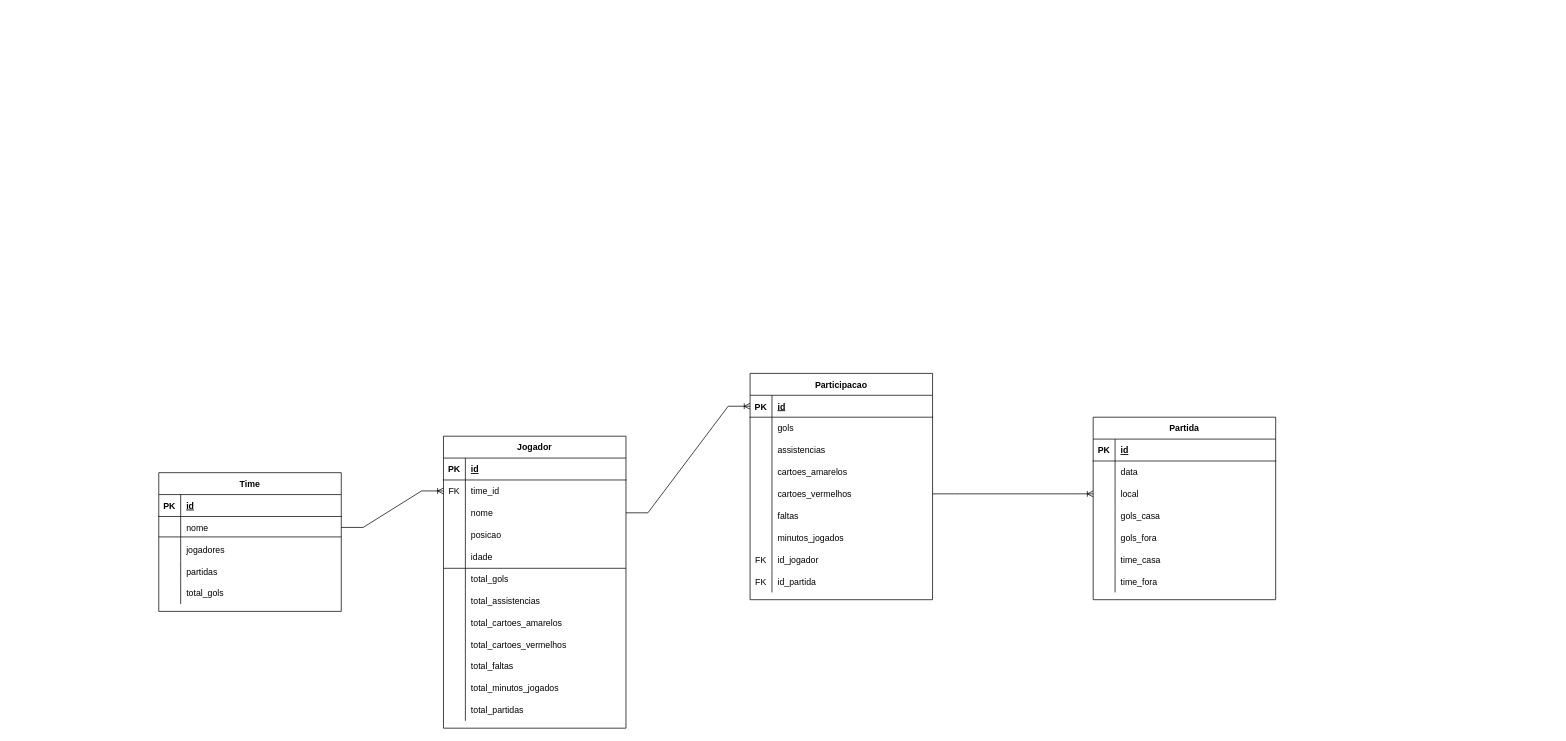
Earlier version of the draw.io diagram Diagram_er.drawio (KauanHK/diagramas). Source tidied: cells renumbered, new cells numbered last; positions are measured from the earlier drawing's top-left corner, leaving out a move shared by most shapes. Both pictures are drawn from the tidied source at 73%, with x=0, y=0 at pixel (158, 373).
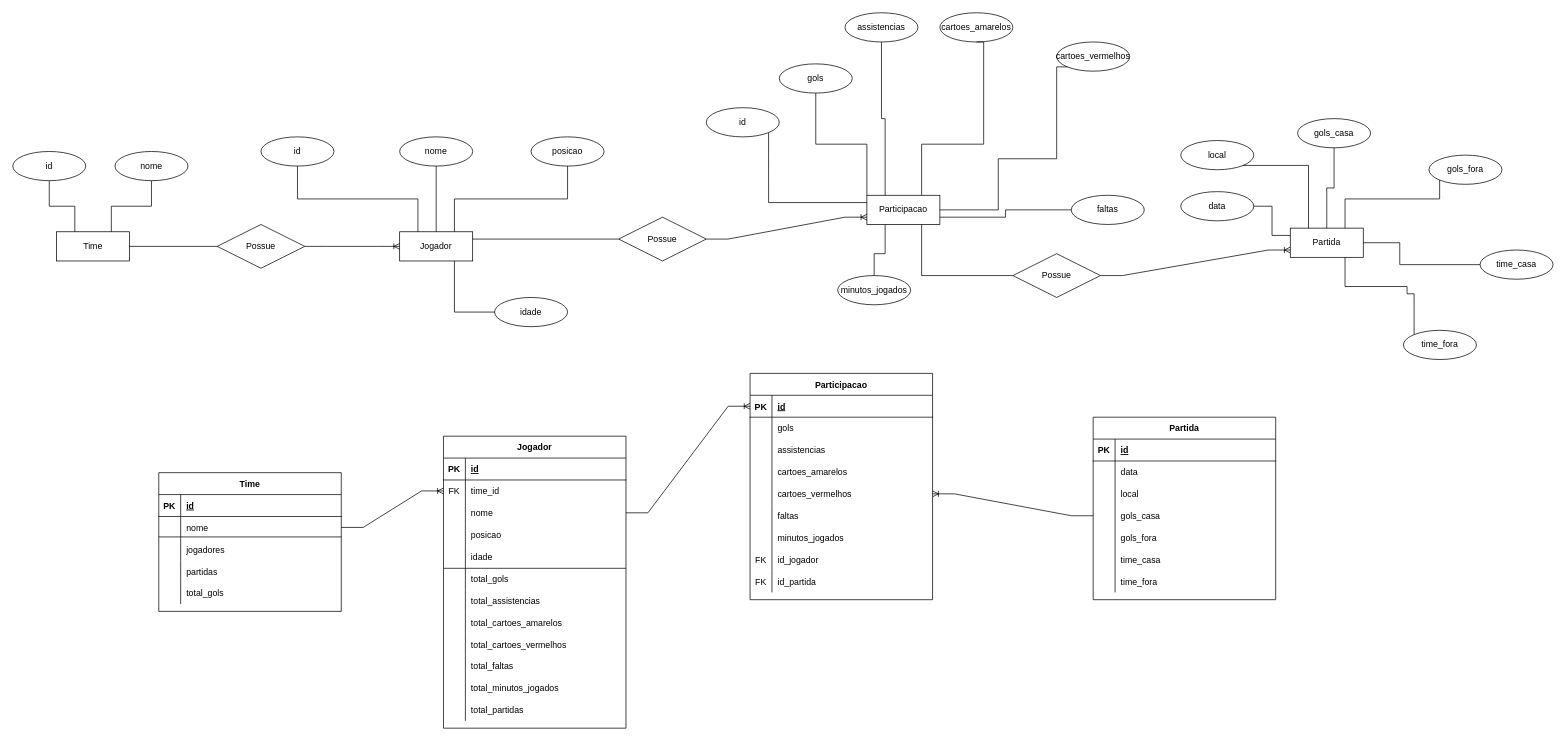
Above is the later version.

The change refers to these unchanged cells:
```xml
<mxCell id="46" style="shape=partialRectangle;fillColor=none;points=[[0,0.5],[1,0.5]];portConstraint=eastwest;top=0;left=0;right=0;bottom=0;" parent="39" vertex="1">
  <mxGeometry y="90" width="250" height="30" as="geometry" />
</mxCell>
<mxCell id="49" style="shape=partialRectangle;fillColor=none;points=[[0,0.5],[1,0.5]];portConstraint=eastwest;top=0;left=0;right=0;bottom=0;" parent="39" vertex="1">
  <mxGeometry y="120" width="250" height="30" as="geometry" />
</mxCell>
<mxCell id="74" style="shape=partialRectangle;fillColor=none;points=[[0,0.5],[1,0.5]];portConstraint=eastwest;top=0;left=0;right=0;bottom=0;" parent="61" vertex="1">
  <mxGeometry y="150" width="250" height="30" as="geometry" />
</mxCell>
```

Diff of the diagram source:
```diff
@@
-    <mxCell id="107" style="edgeStyle=entityRelationEdgeStyle;fontSize=12;html=1;endArrow=ERoneToMany;rounded=0;exitX=1;exitY=0.5;exitDx=0;exitDy=0;entryX=0;entryY=0.5;entryDx=0;entryDy=0;" parent="1" edge="1" source="74" target="46">
+    <mxCell id="107" style="edgeStyle=entityRelationEdgeStyle;fontSize=12;html=1;endArrow=ERoneToMany;rounded=0;exitX=0;exitY=0.5;exitDx=0;exitDy=0;entryX=1;entryY=0.5;entryDx=0;entryDy=0;" parent="1" edge="1" source="49" target="74">
       <mxGeometry relative="1" as="geometry">
         <Array as="points">
-          <mxPoint x="340" y="571" />
-          <mxPoint x="400" y="601" />
-          <mxPoint x="330" y="521" />
-          <mxPoint x="310" y="481" />
-          <mxPoint x="330" y="501" />
-          <mxPoint x="340" y="511" />
-          <mxPoint x="310" y="431" />
-          <mxPoint x="330" y="461" />
+          <mxPoint x="370" y="662" />
+          <mxPoint x="430" y="692" />
+          <mxPoint x="360" y="612" />
+          <mxPoint x="340" y="572" />
+          <mxPoint x="360" y="592" />
+          <mxPoint x="370" y="602" />
+          <mxPoint x="340" y="522" />
+          <mxPoint x="360" y="552" />
         </Array>
       </mxGeometry>
     </mxCell>
@@
+    <mxCell id="110" value="Time" style="whiteSpace=wrap;html=1;align=center;" parent="1" vertex="1">
+      <mxGeometry x="-140" y="-194" width="100" height="40" as="geometry" />
+    </mxCell>
+    <mxCell id="111" value="id" style="ellipse;whiteSpace=wrap;html=1;align=center;" parent="1" vertex="1">
+      <mxGeometry x="-200" y="-304" width="100" height="40" as="geometry" />
+    </mxCell>
+    <mxCell id="112" value="nome" style="ellipse;whiteSpace=wrap;html=1;align=center;" parent="1" vertex="1">
+      <mxGeometry x="-60" y="-304" width="100" height="40" as="geometry" />
+    </mxCell>
+    <mxCell id="113" value="Jogador" style="whiteSpace=wrap;html=1;align=center;" parent="1" vertex="1">
+      <mxGeometry x="330" y="-194" width="100" height="40" as="geometry" />
+    </mxCell>
+    <mxCell id="114" value="nome" style="ellipse;whiteSpace=wrap;html=1;align=center;" parent="1" vertex="1">
+      <mxGeometry x="330" y="-324" width="100" height="40" as="geometry" />
+    </mxCell>
+    <mxCell id="115" value="id" style="ellipse;whiteSpace=wrap;html=1;align=center;" parent="1" vertex="1">
+      <mxGeometry x="140" y="-324" width="100" height="40" as="geometry" />
+    </mxCell>
+    <mxCell id="116" value="posicao" style="ellipse;whiteSpace=wrap;html=1;align=center;" parent="1" vertex="1">
+      <mxGeometry x="510" y="-324" width="100" height="40" as="geometry" />
+    </mxCell>
+    <mxCell id="117" value="idade" style="ellipse;whiteSpace=wrap;html=1;align=center;" parent="1" vertex="1">
+      <mxGeometry x="460" y="-104" width="100" height="40" as="geometry" />
+    </mxCell>
+    <mxCell id="118" value="Participacao" style="whiteSpace=wrap;html=1;align=center;" parent="1" vertex="1">
+      <mxGeometry x="970" y="-244" width="100" height="40" as="geometry" />
+    </mxCell>
+    <mxCell id="119" value="id" style="ellipse;whiteSpace=wrap;html=1;align=center;" parent="1" vertex="1">
+      <mxGeometry x="750" y="-364" width="100" height="40" as="geometry" />
+    </mxCell>
+    <mxCell id="120" value="gols" style="ellipse;whiteSpace=wrap;html=1;align=center;" parent="1" vertex="1">
+      <mxGeometry x="850" y="-424" width="100" height="40" as="geometry" />
+    </mxCell>
+    <mxCell id="121" value="assistencias" style="ellipse;whiteSpace=wrap;html=1;align=center;" parent="1" vertex="1">
+      <mxGeometry x="940" y="-494" width="100" height="40" as="geometry" />
+    </mxCell>
+    <mxCell id="122" value="cartoes_amarelos" style="ellipse;whiteSpace=wrap;html=1;align=center;" parent="1" vertex="1">
+      <mxGeometry x="1070" y="-494" width="100" height="40" as="geometry" />
+    </mxCell>
+    <mxCell id="123" value="cartoes_vermelhos" style="ellipse;whiteSpace=wrap;html=1;align=center;" parent="1" vertex="1">
+      <mxGeometry x="1230" y="-454" width="100" height="40" as="geometry" />
+    </mxCell>
+    <mxCell id="124" value="faltas" style="ellipse;whiteSpace=wrap;html=1;align=center;" parent="1" vertex="1">
+      <mxGeometry x="1250" y="-244" width="100" height="40" as="geometry" />
+    </mxCell>
+    <mxCell id="125" value="minutos_jogados" style="ellipse;whiteSpace=wrap;html=1;align=center;" parent="1" vertex="1">
+      <mxGeometry x="930" y="-134" width="100" height="40" as="geometry" />
+    </mxCell>
+    <mxCell id="126" style="endArrow=none;html=1;rounded=0;entryX=1;entryY=1;entryDx=0;entryDy=0;exitX=0;exitY=0.25;exitDx=0;exitDy=0;edgeStyle=orthogonalEdgeStyle;" parent="1" edge="1" source="118" target="119">
+      <mxGeometry relative="1" as="geometry" />
+    </mxCell>
+    <mxCell id="127" style="endArrow=none;html=1;rounded=0;entryX=0.5;entryY=1;entryDx=0;entryDy=0;exitX=0;exitY=0;exitDx=0;exitDy=0;edgeStyle=orthogonalEdgeStyle;" parent="1" edge="1" source="118" target="120">
+      <mxGeometry relative="1" as="geometry" />
+    </mxCell>
+    <mxCell id="128" style="endArrow=none;html=1;rounded=0;entryX=0.5;entryY=1;entryDx=0;entryDy=0;exitX=0.25;exitY=0;exitDx=0;exitDy=0;edgeStyle=orthogonalEdgeStyle;" parent="1" edge="1" source="118" target="121">
+      <mxGeometry relative="1" as="geometry" />
+    </mxCell>
+    <mxCell id="129" style="endArrow=none;html=1;rounded=0;entryX=0.5;entryY=1;entryDx=0;entryDy=0;exitX=0.75;exitY=0;exitDx=0;exitDy=0;edgeStyle=orthogonalEdgeStyle;" parent="1" edge="1" source="118" target="122">
+      <mxGeometry relative="1" as="geometry">
+        <Array as="points">
+          <mxPoint x="1045" y="-314" />
+          <mxPoint x="1130" y="-314" />
+        </Array>
+      </mxGeometry>
+    </mxCell>
+    <mxCell id="130" style="endArrow=none;html=1;rounded=0;entryX=0;entryY=1;entryDx=0;entryDy=0;exitX=1;exitY=0.5;exitDx=0;exitDy=0;edgeStyle=orthogonalEdgeStyle;" parent="1" edge="1" source="118" target="123">
+      <mxGeometry relative="1" as="geometry">
+        <Array as="points">
+          <mxPoint x="1150" y="-224" />
+          <mxPoint x="1150" y="-294" />
+          <mxPoint x="1230" y="-294" />
+          <mxPoint x="1230" y="-420" />
+        </Array>
+      </mxGeometry>
+    </mxCell>
+    <mxCell id="131" style="endArrow=none;html=1;rounded=0;entryX=0;entryY=0.5;entryDx=0;entryDy=0;exitX=1;exitY=0.75;exitDx=0;exitDy=0;edgeStyle=orthogonalEdgeStyle;" parent="1" edge="1" source="118" target="124">
+      <mxGeometry relative="1" as="geometry">
+        <Array as="points">
+          <mxPoint x="1160" y="-214" />
+          <mxPoint x="1160" y="-224" />
+        </Array>
+      </mxGeometry>
+    </mxCell>
+    <mxCell id="132" style="endArrow=none;html=1;rounded=0;entryX=0.5;entryY=0;entryDx=0;entryDy=0;exitX=0.25;exitY=1;exitDx=0;exitDy=0;edgeStyle=orthogonalEdgeStyle;" parent="1" edge="1" source="118" target="125">
+      <mxGeometry relative="1" as="geometry">
+        <Array as="points">
+          <mxPoint x="995" y="-164" />
+          <mxPoint x="980" y="-164" />
+        </Array>
+      </mxGeometry>
+    </mxCell>
+    <mxCell id="133" style="endArrow=none;html=1;rounded=0;entryX=0.5;entryY=1;entryDx=0;entryDy=0;exitX=0.25;exitY=0;exitDx=0;exitDy=0;edgeStyle=orthogonalEdgeStyle;" parent="1" edge="1" source="113" target="115">
+      <mxGeometry relative="1" as="geometry" />
+    </mxCell>
+    <mxCell id="134" style="endArrow=none;html=1;rounded=0;entryX=0.5;entryY=1;entryDx=0;entryDy=0;exitX=0.5;exitY=0;exitDx=0;exitDy=0;edgeStyle=orthogonalEdgeStyle;" parent="1" edge="1" source="113" target="114">
+      <mxGeometry relative="1" as="geometry" />
+    </mxCell>
+    <mxCell id="135" style="endArrow=none;html=1;rounded=0;entryX=0.5;entryY=1;entryDx=0;entryDy=0;exitX=0.75;exitY=0;exitDx=0;exitDy=0;edgeStyle=orthogonalEdgeStyle;" parent="1" edge="1" source="113" target="116">
+      <mxGeometry relative="1" as="geometry" />
+    </mxCell>
+    <mxCell id="136" style="endArrow=none;html=1;rounded=0;entryX=0;entryY=0.5;entryDx=0;entryDy=0;exitX=0.75;exitY=1;exitDx=0;exitDy=0;edgeStyle=orthogonalEdgeStyle;" parent="1" edge="1" source="113" target="117">
+      <mxGeometry relative="1" as="geometry" />
+    </mxCell>
+    <mxCell id="137" style="endArrow=none;html=1;rounded=0;exitX=0.5;exitY=1;exitDx=0;exitDy=0;entryX=0.25;entryY=0;entryDx=0;entryDy=0;edgeStyle=orthogonalEdgeStyle;" parent="1" edge="1" source="111" target="110">
+      <mxGeometry relative="1" as="geometry" />
+    </mxCell>
+    <mxCell id="138" style="endArrow=none;html=1;rounded=0;exitX=0.5;exitY=1;exitDx=0;exitDy=0;entryX=0.75;entryY=0;entryDx=0;entryDy=0;edgeStyle=orthogonalEdgeStyle;" parent="1" edge="1" source="112" target="110">
+      <mxGeometry relative="1" as="geometry" />
+    </mxCell>
+    <mxCell id="139" value="Partida" style="whiteSpace=wrap;html=1;align=center;" parent="1" vertex="1">
+      <mxGeometry x="1550" y="-199" width="100" height="40" as="geometry" />
+    </mxCell>
+    <mxCell id="140" value="data" style="ellipse;whiteSpace=wrap;html=1;align=center;" parent="1" vertex="1">
+      <mxGeometry x="1400" y="-249" width="100" height="40" as="geometry" />
+    </mxCell>
+    <mxCell id="141" value="local" style="ellipse;whiteSpace=wrap;html=1;align=center;" parent="1" vertex="1">
+      <mxGeometry x="1400" y="-319" width="100" height="40" as="geometry" />
+    </mxCell>
+    <mxCell id="142" value="gols_casa" style="ellipse;whiteSpace=wrap;html=1;align=center;" parent="1" vertex="1">
+      <mxGeometry x="1560" y="-349" width="100" height="40" as="geometry" />
+    </mxCell>
+    <mxCell id="143" value="gols_fora" style="ellipse;whiteSpace=wrap;html=1;align=center;" parent="1" vertex="1">
+      <mxGeometry x="1740" y="-299" width="100" height="40" as="geometry" />
+    </mxCell>
+    <mxCell id="144" value="time_casa" style="ellipse;whiteSpace=wrap;html=1;align=center;" parent="1" vertex="1">
+      <mxGeometry x="1810" y="-169" width="100" height="40" as="geometry" />
+    </mxCell>
+    <mxCell id="145" value="time_fora" style="ellipse;whiteSpace=wrap;html=1;align=center;" parent="1" vertex="1">
+      <mxGeometry x="1705" y="-59" width="100" height="40" as="geometry" />
+    </mxCell>
+    <mxCell id="146" style="endArrow=none;html=1;rounded=0;entryX=0;entryY=0.25;entryDx=0;entryDy=0;exitX=1;exitY=0.5;exitDx=0;exitDy=0;edgeStyle=orthogonalEdgeStyle;" parent="1" edge="1" source="140" target="139">
+      <mxGeometry relative="1" as="geometry" />
+    </mxCell>
+    <mxCell id="147" style="endArrow=none;html=1;rounded=0;entryX=0.25;entryY=0;entryDx=0;entryDy=0;exitX=1;exitY=1;exitDx=0;exitDy=0;edgeStyle=orthogonalEdgeStyle;" parent="1" edge="1" source="141" target="139">
+      <mxGeometry relative="1" as="geometry" />
+    </mxCell>
+    <mxCell id="148" style="endArrow=none;html=1;rounded=0;entryX=0.5;entryY=0;entryDx=0;entryDy=0;exitX=0.5;exitY=1;exitDx=0;exitDy=0;edgeStyle=orthogonalEdgeStyle;" parent="1" edge="1" source="142" target="139">
+      <mxGeometry relative="1" as="geometry" />
+    </mxCell>
+    <mxCell id="149" style="endArrow=none;html=1;rounded=0;entryX=0.75;entryY=0;entryDx=0;entryDy=0;exitX=0;exitY=1;exitDx=0;exitDy=0;edgeStyle=orthogonalEdgeStyle;" parent="1" edge="1" source="143" target="139">
+      <mxGeometry relative="1" as="geometry">
+        <Array as="points">
+          <mxPoint x="1755" y="-239" />
+          <mxPoint x="1625" y="-239" />
+        </Array>
+      </mxGeometry>
+    </mxCell>
+    <mxCell id="150" style="endArrow=none;html=1;rounded=0;entryX=1;entryY=0.5;entryDx=0;entryDy=0;exitX=0;exitY=0.5;exitDx=0;exitDy=0;edgeStyle=orthogonalEdgeStyle;" parent="1" edge="1" source="144" target="139">
+      <mxGeometry relative="1" as="geometry">
+        <Array as="points">
+          <mxPoint x="1700" y="-149" />
+          <mxPoint x="1700" y="-179" />
+        </Array>
+      </mxGeometry>
+    </mxCell>
+    <mxCell id="151" style="endArrow=none;html=1;rounded=0;entryX=0.75;entryY=1;entryDx=0;entryDy=0;exitX=0;exitY=0;exitDx=0;exitDy=0;edgeStyle=orthogonalEdgeStyle;" parent="1" edge="1" source="145" target="139">
+      <mxGeometry relative="1" as="geometry">
+        <Array as="points">
+          <mxPoint x="1720" y="-109" />
+          <mxPoint x="1710" y="-109" />
+          <mxPoint x="1710" y="-119" />
+          <mxPoint x="1625" y="-119" />
+        </Array>
+      </mxGeometry>
+    </mxCell>
+    <mxCell id="152" style="edgeStyle=entityRelationEdgeStyle;fontSize=12;html=1;endArrow=ERoneToMany;rounded=0;entryX=0;entryY=0.5;entryDx=0;entryDy=0;exitX=1;exitY=0.5;exitDx=0;exitDy=0;" parent="1" edge="1" source="153" target="113">
+      <mxGeometry relative="1" as="geometry" />
+    </mxCell>
+    <mxCell id="153" value="Possue" style="shape=rhombus;perimeter=rhombusPerimeter;whiteSpace=wrap;html=1;align=center;" parent="1" vertex="1">
+      <mxGeometry x="80" y="-204" width="120" height="60" as="geometry" />
+    </mxCell>
+    <mxCell id="154" style="endArrow=none;html=1;rounded=0;exitX=1;exitY=0.5;exitDx=0;exitDy=0;entryX=0;entryY=0.5;entryDx=0;entryDy=0;" parent="1" edge="1" source="110" target="153">
+      <mxGeometry relative="1" as="geometry" />
+    </mxCell>
+    <mxCell id="155" style="edgeStyle=entityRelationEdgeStyle;fontSize=12;html=1;endArrow=ERoneToMany;rounded=0;entryX=0;entryY=0.75;entryDx=0;entryDy=0;exitX=1;exitY=0.5;exitDx=0;exitDy=0;" parent="1" edge="1" source="156" target="118">
+      <mxGeometry relative="1" as="geometry" />
+    </mxCell>
+    <mxCell id="156" value="Possue" style="shape=rhombus;perimeter=rhombusPerimeter;whiteSpace=wrap;html=1;align=center;" parent="1" vertex="1">
+      <mxGeometry x="630" y="-214" width="120" height="60" as="geometry" />
+    </mxCell>
+    <mxCell id="157" style="endArrow=none;html=1;rounded=0;entryX=0;entryY=0.5;entryDx=0;entryDy=0;exitX=1;exitY=0.25;exitDx=0;exitDy=0;" parent="1" edge="1" source="113" target="156">
+      <mxGeometry relative="1" as="geometry" />
+    </mxCell>
+    <mxCell id="158" style="edgeStyle=entityRelationEdgeStyle;fontSize=12;html=1;endArrow=ERoneToMany;rounded=0;entryX=0;entryY=0.75;entryDx=0;entryDy=0;exitX=1;exitY=0.5;exitDx=0;exitDy=0;" parent="1" edge="1" source="159" target="139">
+      <mxGeometry relative="1" as="geometry" />
+    </mxCell>
+    <mxCell id="159" value="Possue" style="shape=rhombus;perimeter=rhombusPerimeter;whiteSpace=wrap;html=1;align=center;" parent="1" vertex="1">
+      <mxGeometry x="1170" y="-164" width="120" height="60" as="geometry" />
+    </mxCell>
+    <mxCell id="160" style="endArrow=none;html=1;rounded=0;entryX=0;entryY=0.5;entryDx=0;entryDy=0;exitX=0.75;exitY=1;exitDx=0;exitDy=0;edgeStyle=orthogonalEdgeStyle;" parent="1" edge="1" source="118" target="159">
+      <mxGeometry relative="1" as="geometry" />
+    </mxCell>
```
